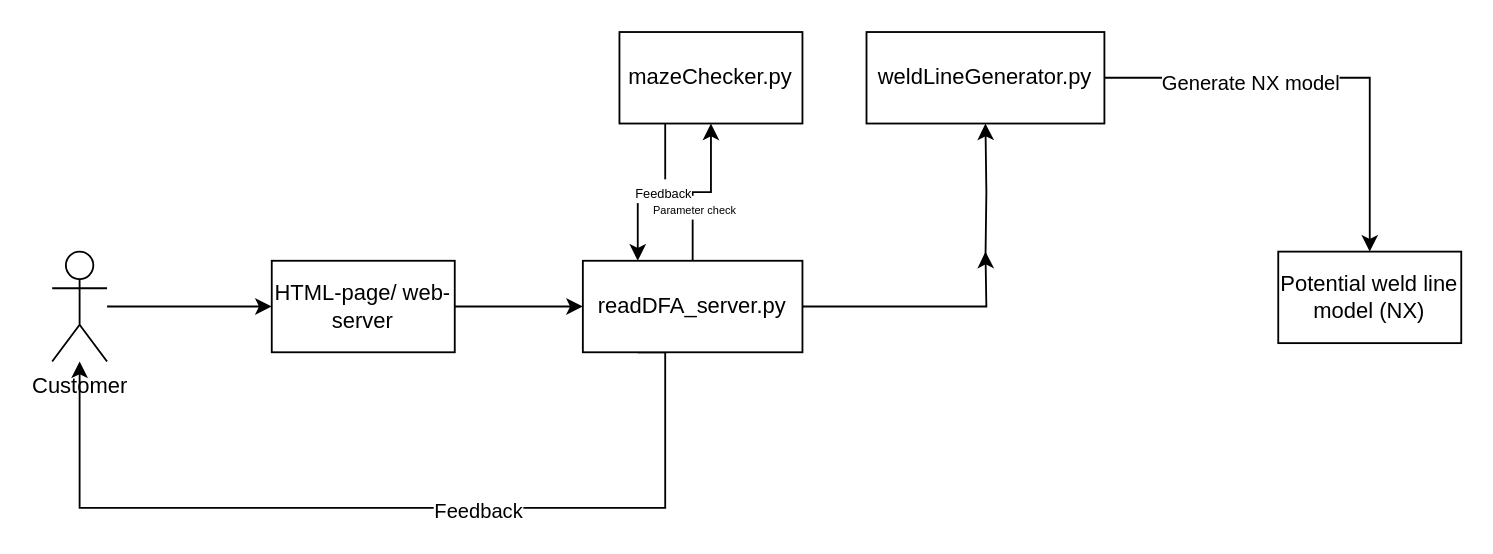
Before: Project 2-potential_weld_lines/Diagrams/architecture.drawio in hansrohjell/tmm4275-KBEproject, a draw.io diagram. Source tidied: cells renumbered, new cells numbered last; positions are measured from the earlier drawing's top-left corner, leaving out a move shared by most shapes. Both pictures are drawn from the tidied source at 183%, with x=0, y=0 at pixel (51, 31).
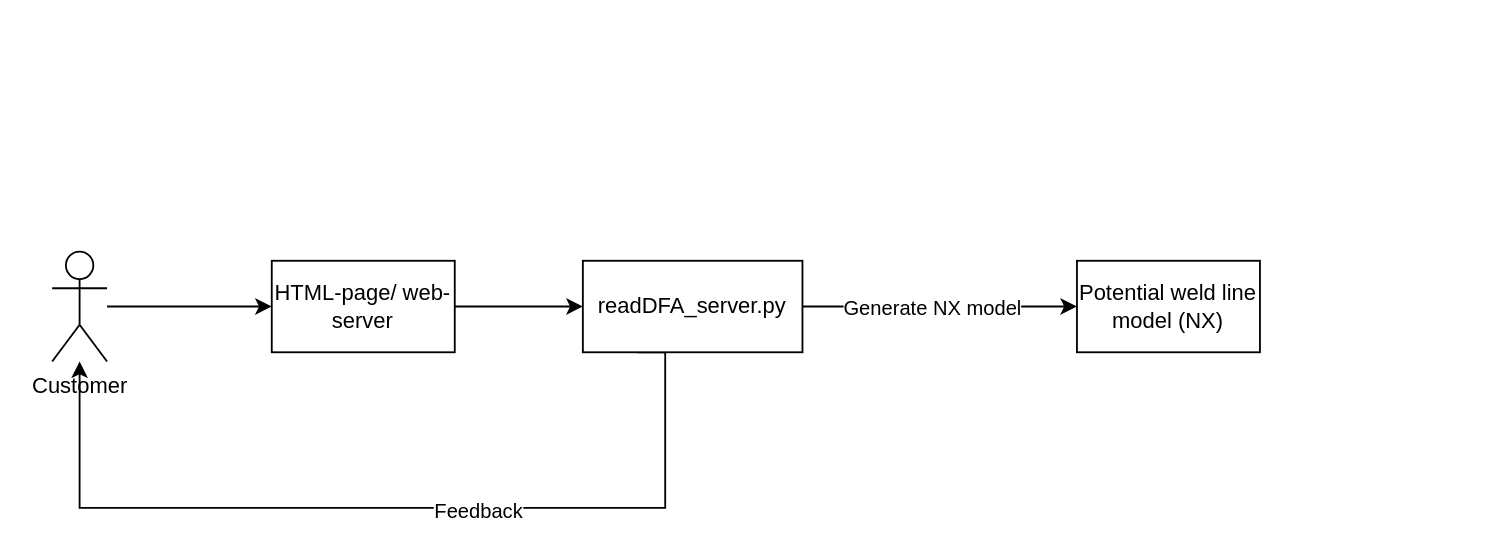
The same diagram, later.

The change refers to these unchanged cells:
```xml
<mxCell id="3" value="Customer" style="shape=umlActor;verticalLabelPosition=bottom;verticalAlign=top;html=1;outlineConnect=0;" parent="1" vertex="1">
  <mxGeometry y="120" width="30" height="60" as="geometry" />
</mxCell>
<mxCell id="11" value="readDFA_server.py" style="rounded=0;whiteSpace=wrap;html=1;" parent="1" vertex="1">
  <mxGeometry x="290" y="125" width="120" height="50" as="geometry" />
</mxCell>
```

What changed in the source:
```diff
@@
-    <mxCell id="6" style="edgeStyle=orthogonalEdgeStyle;rounded=0;jettySize=auto;html=1;entryX=0.5;entryY=1;entryDx=0;entryDy=0;" parent="1" edge="1" source="11" target="14">
-      <mxGeometry relative="1" as="geometry" />
-    </mxCell>
-    <mxCell id="7" value="&lt;font style=&quot;font-size: 6px&quot;&gt;Parameter check&lt;/font&gt;" style="edgeLabel;html=1;align=center;verticalAlign=middle;" parent="6" vertex="1">
-      <mxGeometry x="-0.29" relative="1" as="geometry" />
-    </mxCell>
     <mxCell id="8" style="edgeStyle=orthogonalEdgeStyle;rounded=0;jettySize=auto;html=1;exitX=0.25;exitY=1;exitDx=0;exitDy=0;" parent="1" edge="1" source="11" target="3">
       <mxGeometry relative="1" as="geometry">
         <Array as="points">
+          <mxPoint x="335" y="175" />
           <mxPoint x="335" y="260" />
           <mxPoint x="15" y="260" />
         </Array>
       </mxGeometry>
     </mxCell>
@@
-    <mxCell id="10" style="edgeStyle=orthogonalEdgeStyle;rounded=0;jettySize=auto;html=1;" parent="1" edge="1" source="11">
-      <mxGeometry relative="1" as="geometry">
-        <mxPoint x="510" y="120" as="targetPoint" />
-      </mxGeometry>
-    </mxCell>
@@
-    <mxCell id="12" style="edgeStyle=orthogonalEdgeStyle;rounded=0;jettySize=auto;html=1;exitX=0.25;exitY=1;exitDx=0;exitDy=0;entryX=0.25;entryY=0;entryDx=0;entryDy=0;" parent="1" edge="1" source="14" target="11">
-      <mxGeometry relative="1" as="geometry" />
-    </mxCell>
-    <mxCell id="13" value="&lt;font style=&quot;font-size: 7px&quot;&gt;Feedback&lt;/font&gt;" style="edgeLabel;html=1;align=center;verticalAlign=middle;" parent="12" vertex="1">
-      <mxGeometry x="-0.2" y="-2" relative="1" as="geometry" />
-    </mxCell>
-    <mxCell id="14" value="mazeChecker.py" style="rounded=0;whiteSpace=wrap;html=1;" parent="1" vertex="1">
-      <mxGeometry x="310" width="100" height="50" as="geometry" />
-    </mxCell>
     <mxCell id="15" value="Potential weld line model (NX)" style="rounded=0;whiteSpace=wrap;html=1;" parent="1" vertex="1">
-      <mxGeometry x="670" y="120" width="100" height="50" as="geometry" />
+      <mxGeometry x="560" y="125" width="100" height="50" as="geometry" />
     </mxCell>
-    <mxCell id="16" style="edgeStyle=orthogonalEdgeStyle;rounded=0;jettySize=auto;html=1;" parent="1" edge="1" target="19">
-      <mxGeometry relative="1" as="geometry">
-        <mxPoint x="510" y="125" as="sourcePoint" />
-      </mxGeometry>
-    </mxCell>
-    <mxCell id="17" style="edgeStyle=orthogonalEdgeStyle;rounded=0;jettySize=auto;html=1;" parent="1" edge="1" source="19" target="15">
+    <mxCell id="17" style="edgeStyle=orthogonalEdgeStyle;rounded=0;jettySize=auto;html=1;exitX=1;exitY=0.5;exitDx=0;exitDy=0;" parent="1" edge="1" source="11" target="15">
       <mxGeometry relative="1" as="geometry" />
     </mxCell>
     <mxCell id="18" value="Generate NX model" style="edgeLabel;html=1;align=center;verticalAlign=middle;" parent="17" vertex="1">
-      <mxGeometry x="-0.34" y="-2" relative="1" as="geometry" />
+      <mxGeometry x="-0.34" y="-2" relative="1" as="geometry">
+        <mxPoint x="21" y="-2" as="offset" />
+      </mxGeometry>
     </mxCell>
-    <mxCell id="19" value="weldLineGenerator.py" style="rounded=0;whiteSpace=wrap;html=1;" parent="1" vertex="1">
-      <mxGeometry x="445" width="130" height="50" as="geometry" />
-    </mxCell>
```
